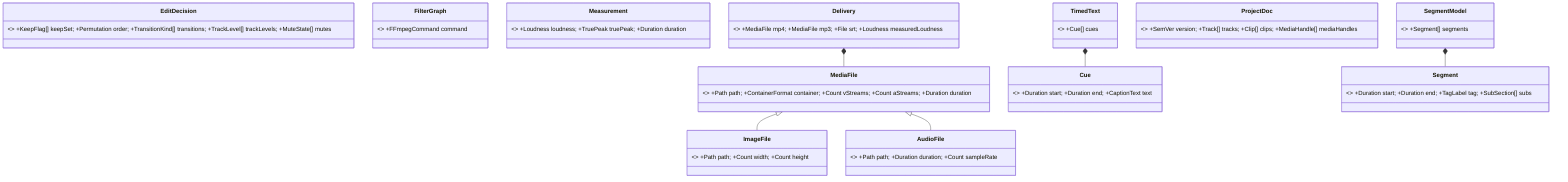
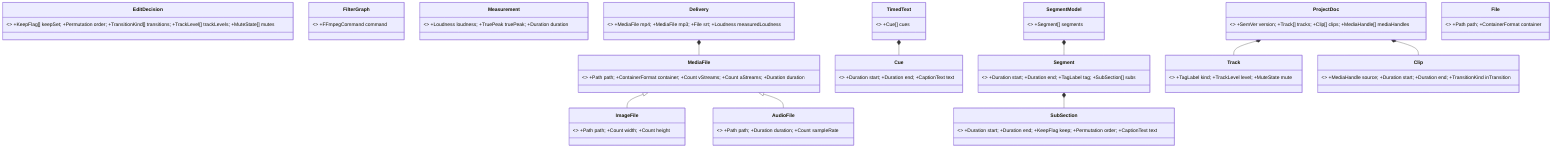
classDiagram
  class MediaFile { <<signal>> +Path path; +ContainerFormat container; +Count vStreams; +Count aStreams; +Duration duration }
  class ImageFile { <<signal>> +Path path; +Count width; +Count height }
  class AudioFile { <<signal>> +Path path; +Duration duration; +Count sampleRate }
  class EditDecision { <<signal>> +KeepFlag[] keepSet; +Permutation order; +TransitionKind[] transitions; +TrackLevel[] trackLevels; +MuteState[] mutes }
  class FilterGraph { <<signal>> +FFmpegCommand command }
  class Measurement { <<signal>> +Loudness loudness; +TruePeak truePeak; +Duration duration }
  class TimedText { <<signal>> +Cue[] cues }
  class Cue { <<valueType>> +Duration start; +Duration end; +CaptionText text }
  class Delivery { <<signal>> +MediaFile mp4; +MediaFile mp3; +File srt; +Loudness measuredLoudness }
  class ProjectDoc { <<signal>> +SemVer version; +Track[] tracks; +Clip[] clips; +MediaHandle[] mediaHandles }
  class SegmentModel { <<signal>> +Segment[] segments }
  class Segment { <<valueType>> +Duration start; +Duration end; +TagLabel tag; +SubSection[] subs }
+   class SubSection { <<valueType>> +Duration start; +Duration end; +KeepFlag keep; +Permutation order; +CaptionText text }
+   class Track { <<valueType>> +TagLabel kind; +TrackLevel level; +MuteState mute }
+   class Clip { <<valueType>> +MediaHandle source; +Duration start; +Duration end; +TransitionKind inTransition }
+   class File { <<valueType>> +Path path; +ContainerFormat container }
+   Segment *-- SubSection
+   ProjectDoc *-- Track
+   ProjectDoc *-- Clip
  MediaFile <|-- ImageFile
  MediaFile <|-- AudioFile
  TimedText *-- Cue
  SegmentModel *-- Segment
  Delivery *-- MediaFile
